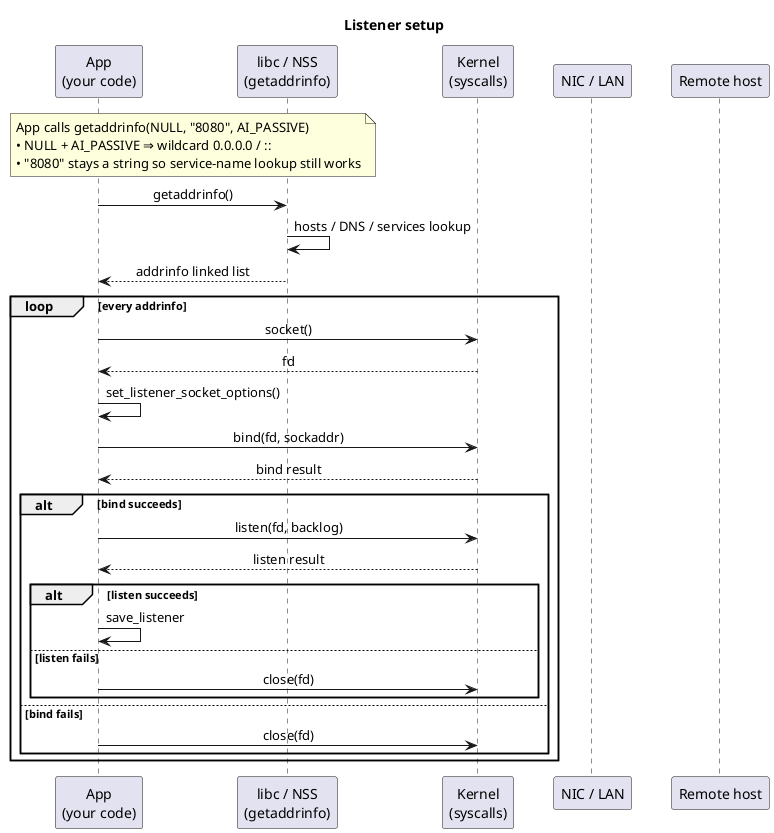
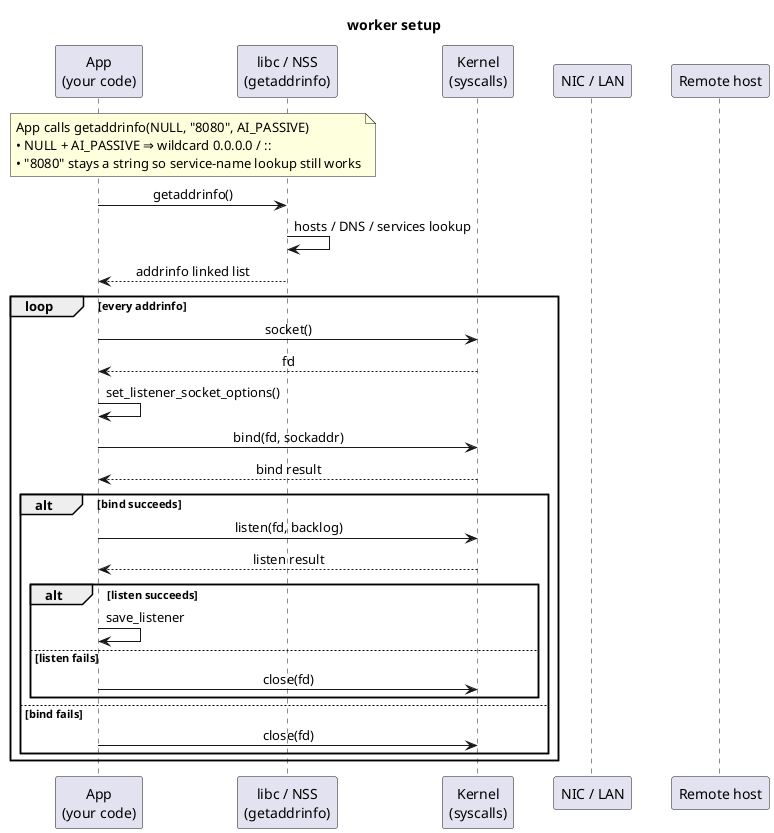
@startuml
- title Listener setup
+ title worker setup

' ---------- general look ----------
skinparam shadowing false
skinparam sequenceMessageAlign center
skinparam participantPadding 15

' ---------- actors ----------
participant "App\n(your code)"          as App
participant "libc / NSS\n(getaddrinfo)" as Libc
participant "Kernel\n(syscalls)"        as Kernel
participant "NIC / LAN"                 as NIC
participant "Remote host"               as Client

' ====================================================================
' 1. Address‑resolution phase
' ====================================================================
note over App,Libc
  App calls getaddrinfo(NULL, "8080", AI_PASSIVE)
  • NULL + AI_PASSIVE ⇒ wildcard 0.0.0.0 / ::
  • "8080" stays a string so service‑name lookup still works
end note
App   -> Libc : getaddrinfo()
Libc  -> Libc : hosts / DNS / services lookup
Libc  --> App : addrinfo linked list

' ====================================================================
' 2. Create/bind/listen
' ====================================================================
loop every addrinfo
  App   -> Kernel : socket()
  Kernel --> App  : fd
  App -> App : set_listener_socket_options()
  App   -> Kernel : bind(fd, sockaddr)
  Kernel --> App  : bind result
  alt bind succeeds
       App   -> Kernel : listen(fd, backlog)
       Kernel --> App  : listen result
       alt listen succeeds
       App -> App : save_listener
       else listen fails
       App   -> Kernel : close(fd)
      end alt
  else bind fails
       App   -> Kernel : close(fd)
  end alt
end loop
- @enduml+ @enduml
